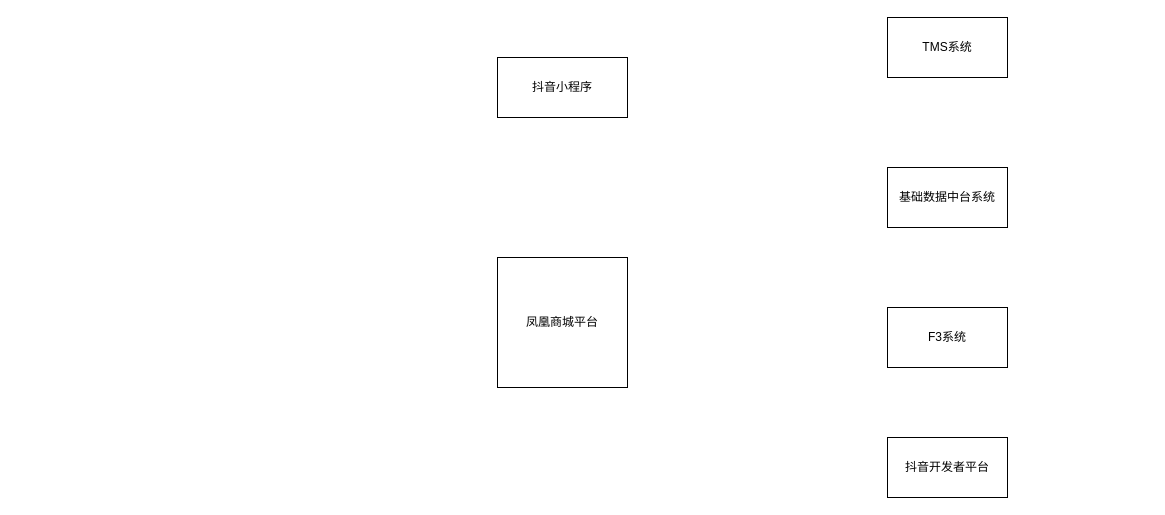
liuyunlong1229/aaa keeps this draw.io diagram as ArchitectureDiagram/凤凰商场整体架构.drawio. Above is the earlier version. Source tidied: cells renumbered, new cells numbered last; positions are measured from the earlier drawing's top-left corner, leaving out a move shared by most shapes. Both pictures are drawn from the tidied source at 100%, with x=0, y=0 at pixel (497, 17).
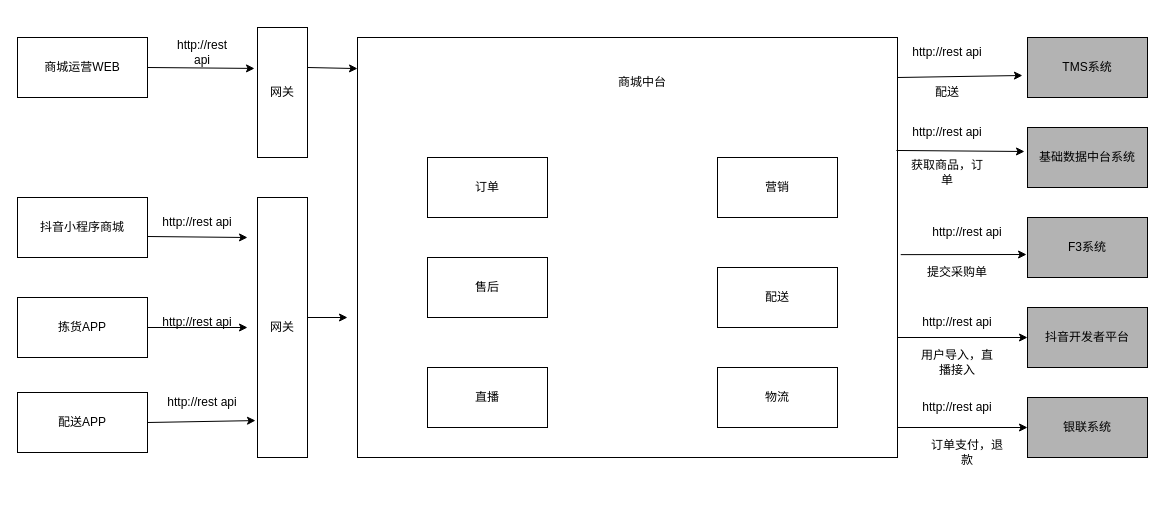
After the change.

Commit message (it also covers changes not shown here):
更新凤凰商场整体架构.drawio

Diff of the diagram source:
```diff
@@
-    <mxCell id="2" value="凤凰商城平台" style="rounded=0;whiteSpace=wrap;html=1;" parent="1" vertex="1">
-      <mxGeometry y="240" width="130" height="130" as="geometry" />
+    <mxCell id="2" style="rounded=0;whiteSpace=wrap;html=1;" parent="1" vertex="1">
+      <mxGeometry x="-140" y="20" width="540" height="420" as="geometry" />
     </mxCell>
-    <mxCell id="3" value="TMS系统" style="rounded=0;whiteSpace=wrap;html=1;" parent="1" vertex="1">
-      <mxGeometry x="390" width="120" height="60" as="geometry" />
+    <mxCell id="3" value="TMS系统" style="rounded=0;whiteSpace=wrap;html=1;fillColor=#B3B3B3;" parent="1" vertex="1">
+      <mxGeometry x="530" y="20" width="120" height="60" as="geometry" />
     </mxCell>
-    <mxCell id="4" value="基础数据中台系统" style="rounded=0;whiteSpace=wrap;html=1;" parent="1" vertex="1">
-      <mxGeometry x="390" y="150" width="120" height="60" as="geometry" />
+    <mxCell id="4" value="基础数据中台系统" style="rounded=0;whiteSpace=wrap;html=1;fillColor=#B3B3B3;" parent="1" vertex="1">
+      <mxGeometry x="530" y="110" width="120" height="60" as="geometry" />
     </mxCell>
-    <mxCell id="5" value="F3系统" style="rounded=0;whiteSpace=wrap;html=1;" parent="1" vertex="1">
-      <mxGeometry x="390" y="290" width="120" height="60" as="geometry" />
+    <mxCell id="5" value="F3系统" style="rounded=0;whiteSpace=wrap;html=1;fillColor=#B3B3B3;" parent="1" vertex="1">
+      <mxGeometry x="530" y="200" width="120" height="60" as="geometry" />
     </mxCell>
-    <mxCell id="6" value="抖音开发者平台" style="rounded=0;whiteSpace=wrap;html=1;" parent="1" vertex="1">
-      <mxGeometry x="390" y="420" width="120" height="60" as="geometry" />
+    <mxCell id="6" value="抖音开发者平台" style="rounded=0;whiteSpace=wrap;html=1;fillColor=#B3B3B3;" parent="1" vertex="1">
+      <mxGeometry x="530" y="290" width="120" height="60" as="geometry" />
     </mxCell>
-    <mxCell id="7" value="抖音小程序" style="rounded=0;whiteSpace=wrap;html=1;" parent="1" vertex="1">
-      <mxGeometry y="40" width="130" height="60" as="geometry" />
+    <mxCell id="7" value="抖音小程序商城" style="rounded=0;whiteSpace=wrap;html=1;" parent="1" vertex="1">
+      <mxGeometry x="-480" y="180" width="130" height="60" as="geometry" />
     </mxCell>
+    <mxCell id="8" value="商城运营WEB" style="rounded=0;whiteSpace=wrap;html=1;" parent="1" vertex="1">
+      <mxGeometry x="-480" y="20" width="130" height="60" as="geometry" />
+    </mxCell>
+    <mxCell id="9" value="拣货APP" style="rounded=0;whiteSpace=wrap;html=1;" parent="1" vertex="1">
+      <mxGeometry x="-480" y="280" width="130" height="60" as="geometry" />
+    </mxCell>
+    <mxCell id="10" value="配送APP" style="rounded=0;whiteSpace=wrap;html=1;" parent="1" vertex="1">
+      <mxGeometry x="-480" y="375" width="130" height="60" as="geometry" />
+    </mxCell>
+    <mxCell id="11" value="网关" style="rounded=0;whiteSpace=wrap;html=1;" parent="1" vertex="1">
+      <mxGeometry x="-240" y="10" width="50" height="130" as="geometry" />
+    </mxCell>
+    <mxCell id="12" value="&lt;span style=&quot;font-weight: normal;&quot;&gt;网关&lt;/span&gt;" style="rounded=0;whiteSpace=wrap;html=1;fontStyle=1;" parent="1" vertex="1">
+      <mxGeometry x="-240" y="180" width="50" height="260" as="geometry" />
+    </mxCell>
+    <mxCell id="13" value="售后" style="rounded=0;whiteSpace=wrap;html=1;" parent="1" vertex="1">
+      <mxGeometry x="-70" y="240" width="120" height="60" as="geometry" />
+    </mxCell>
+    <mxCell id="14" value="配送" style="rounded=0;whiteSpace=wrap;html=1;" parent="1" vertex="1">
+      <mxGeometry x="220" y="250" width="120" height="60" as="geometry" />
+    </mxCell>
+    <mxCell id="15" value="直播" style="rounded=0;whiteSpace=wrap;html=1;" parent="1" vertex="1">
+      <mxGeometry x="-70" y="350" width="120" height="60" as="geometry" />
+    </mxCell>
+    <mxCell id="16" value="物流" style="rounded=0;whiteSpace=wrap;html=1;" parent="1" vertex="1">
+      <mxGeometry x="220" y="350" width="120" height="60" as="geometry" />
+    </mxCell>
+    <mxCell id="17" value="订单" style="rounded=0;whiteSpace=wrap;html=1;" parent="1" vertex="1">
+      <mxGeometry x="-70" y="140" width="120" height="60" as="geometry" />
+    </mxCell>
+    <mxCell id="18" value="营销" style="rounded=0;whiteSpace=wrap;html=1;" parent="1" vertex="1">
+      <mxGeometry x="220" y="140" width="120" height="60" as="geometry" />
+    </mxCell>
+    <mxCell id="19" value="商城中台" style="text;html=1;strokeColor=none;fillColor=none;align=center;verticalAlign=middle;whiteSpace=wrap;rounded=0;" parent="1" vertex="1">
+      <mxGeometry x="70" y="50" width="150" height="30" as="geometry" />
+    </mxCell>
+    <mxCell id="20" style="endArrow=classic;html=1;rounded=0;entryX=-0.06;entryY=0.315;entryDx=0;entryDy=0;entryPerimeter=0;exitX=1;exitY=0.5;exitDx=0;exitDy=0;" parent="1" edge="1" source="8" target="11">
+      <mxGeometry relative="1" as="geometry" />
+    </mxCell>
+    <mxCell id="21" style="endArrow=classic;html=1;rounded=0;entryX=0;entryY=0.074;entryDx=0;entryDy=0;entryPerimeter=0;" parent="1" edge="1" target="2">
+      <mxGeometry relative="1" as="geometry">
+        <mxPoint x="-190" y="50" as="sourcePoint" />
+      </mxGeometry>
+    </mxCell>
+    <mxCell id="22" style="endArrow=classic;html=1;rounded=0;exitX=1;exitY=0.65;exitDx=0;exitDy=0;exitPerimeter=0;" parent="1" edge="1" source="7">
+      <mxGeometry relative="1" as="geometry">
+        <mxPoint x="-250" y="220" as="targetPoint" />
+      </mxGeometry>
+    </mxCell>
+    <mxCell id="23" style="endArrow=classic;html=1;rounded=0;exitX=1;exitY=0.5;exitDx=0;exitDy=0;" parent="1" edge="1" source="9">
+      <mxGeometry relative="1" as="geometry">
+        <mxPoint x="-250" y="310" as="targetPoint" />
+      </mxGeometry>
+    </mxCell>
+    <mxCell id="24" style="endArrow=classic;html=1;rounded=0;entryX=-0.04;entryY=0.858;entryDx=0;entryDy=0;entryPerimeter=0;exitX=1;exitY=0.5;exitDx=0;exitDy=0;" parent="1" edge="1" source="10" target="12">
+      <mxGeometry relative="1" as="geometry" />
+    </mxCell>
+    <mxCell id="25" style="endArrow=classic;html=1;rounded=0;" parent="1" edge="1">
+      <mxGeometry relative="1" as="geometry">
+        <mxPoint x="-190" y="300" as="sourcePoint" />
+        <mxPoint x="-150" y="300" as="targetPoint" />
+      </mxGeometry>
+    </mxCell>
+    <mxCell id="26" style="endArrow=classic;html=1;rounded=0;entryX=-0.042;entryY=0.633;entryDx=0;entryDy=0;entryPerimeter=0;" parent="1" edge="1" target="3">
+      <mxGeometry relative="1" as="geometry">
+        <mxPoint x="400" y="60" as="sourcePoint" />
+      </mxGeometry>
+    </mxCell>
+    <mxCell id="27" value="银联系统" style="rounded=0;whiteSpace=wrap;html=1;fillColor=#B3B3B3;" parent="1" vertex="1">
+      <mxGeometry x="530" y="380" width="120" height="60" as="geometry" />
+    </mxCell>
+    <mxCell id="28" style="endArrow=classic;html=1;rounded=0;exitX=0.998;exitY=0.269;exitDx=0;exitDy=0;exitPerimeter=0;entryX=-0.025;entryY=0.4;entryDx=0;entryDy=0;entryPerimeter=0;" parent="1" edge="1" source="2" target="4">
+      <mxGeometry relative="1" as="geometry" />
+    </mxCell>
+    <mxCell id="29" style="endArrow=classic;html=1;rounded=0;exitX=1.006;exitY=0.517;exitDx=0;exitDy=0;exitPerimeter=0;entryX=-0.008;entryY=0.617;entryDx=0;entryDy=0;entryPerimeter=0;" parent="1" edge="1" source="2" target="5">
+      <mxGeometry relative="1" as="geometry" />
+    </mxCell>
+    <mxCell id="30" style="endArrow=classic;html=1;rounded=0;entryX=0;entryY=0.5;entryDx=0;entryDy=0;" parent="1" edge="1" target="6">
+      <mxGeometry relative="1" as="geometry">
+        <mxPoint x="400" y="320" as="sourcePoint" />
+      </mxGeometry>
+    </mxCell>
+    <mxCell id="31" style="endArrow=classic;html=1;rounded=0;entryX=0;entryY=0.5;entryDx=0;entryDy=0;" parent="1" edge="1" target="27">
+      <mxGeometry relative="1" as="geometry">
+        <mxPoint x="400" y="410" as="sourcePoint" />
+      </mxGeometry>
+    </mxCell>
+    <mxCell id="32" value="http://rest api" style="text;html=1;strokeColor=none;fillColor=none;align=center;verticalAlign=middle;whiteSpace=wrap;rounded=0;" parent="1" vertex="1">
+      <mxGeometry x="-330" y="20" width="70" height="30" as="geometry" />
+    </mxCell>
+    <mxCell id="33" value="http://rest api" style="text;html=1;strokeColor=none;fillColor=none;align=center;verticalAlign=middle;whiteSpace=wrap;rounded=0;" parent="1" vertex="1">
+      <mxGeometry x="-340" y="190" width="80" height="30" as="geometry" />
+    </mxCell>
+    <mxCell id="34" value="http://rest api" style="text;html=1;strokeColor=none;fillColor=none;align=center;verticalAlign=middle;whiteSpace=wrap;rounded=0;" parent="1" vertex="1">
+      <mxGeometry x="-340" y="290" width="80" height="30" as="geometry" />
+    </mxCell>
+    <mxCell id="35" value="http://rest api" style="text;html=1;strokeColor=none;fillColor=none;align=center;verticalAlign=middle;whiteSpace=wrap;rounded=0;" parent="1" vertex="1">
+      <mxGeometry x="-335" y="370" width="80" height="30" as="geometry" />
+    </mxCell>
+    <mxCell id="36" value="http://rest api" style="text;html=1;strokeColor=none;fillColor=none;align=center;verticalAlign=middle;whiteSpace=wrap;rounded=0;" parent="1" vertex="1">
+      <mxGeometry x="410" y="20" width="80" height="30" as="geometry" />
+    </mxCell>
+    <mxCell id="37" value="http://rest api" style="text;html=1;strokeColor=none;fillColor=none;align=center;verticalAlign=middle;whiteSpace=wrap;rounded=0;" parent="1" vertex="1">
+      <mxGeometry x="410" y="100" width="80" height="30" as="geometry" />
+    </mxCell>
+    <mxCell id="38" value="获取商品，订单" style="text;html=1;strokeColor=none;fillColor=none;align=center;verticalAlign=middle;whiteSpace=wrap;rounded=0;" parent="1" vertex="1">
+      <mxGeometry x="410" y="140" width="80" height="30" as="geometry" />
+    </mxCell>
+    <mxCell id="39" value="配送" style="text;html=1;strokeColor=none;fillColor=none;align=center;verticalAlign=middle;whiteSpace=wrap;rounded=0;" parent="1" vertex="1">
+      <mxGeometry x="420" y="60" width="60" height="30" as="geometry" />
+    </mxCell>
+    <mxCell id="40" value="提交采购单" style="text;html=1;strokeColor=none;fillColor=none;align=center;verticalAlign=middle;whiteSpace=wrap;rounded=0;" parent="1" vertex="1">
+      <mxGeometry x="420" y="240" width="80" height="30" as="geometry" />
+    </mxCell>
+    <mxCell id="41" value="用户导入，直播接入" style="text;html=1;strokeColor=none;fillColor=none;align=center;verticalAlign=middle;whiteSpace=wrap;rounded=0;" parent="1" vertex="1">
+      <mxGeometry x="420" y="330" width="80" height="30" as="geometry" />
+    </mxCell>
+    <mxCell id="42" value="订单支付，退款" style="text;html=1;strokeColor=none;fillColor=none;align=center;verticalAlign=middle;whiteSpace=wrap;rounded=0;" parent="1" vertex="1">
+      <mxGeometry x="430" y="420" width="80" height="30" as="geometry" />
+    </mxCell>
+    <mxCell id="43" value="http://rest api" style="text;html=1;strokeColor=none;fillColor=none;align=center;verticalAlign=middle;whiteSpace=wrap;rounded=0;" parent="1" vertex="1">
+      <mxGeometry x="420" y="290" width="80" height="30" as="geometry" />
+    </mxCell>
+    <mxCell id="44" value="http://rest api" style="text;html=1;strokeColor=none;fillColor=none;align=center;verticalAlign=middle;whiteSpace=wrap;rounded=0;" parent="1" vertex="1">
+      <mxGeometry x="430" y="200" width="80" height="30" as="geometry" />
+    </mxCell>
+    <mxCell id="45" value="http://rest api" style="text;html=1;strokeColor=none;fillColor=none;align=center;verticalAlign=middle;whiteSpace=wrap;rounded=0;" parent="1" vertex="1">
+      <mxGeometry x="420" y="375" width="80" height="30" as="geometry" />
+    </mxCell>
```
